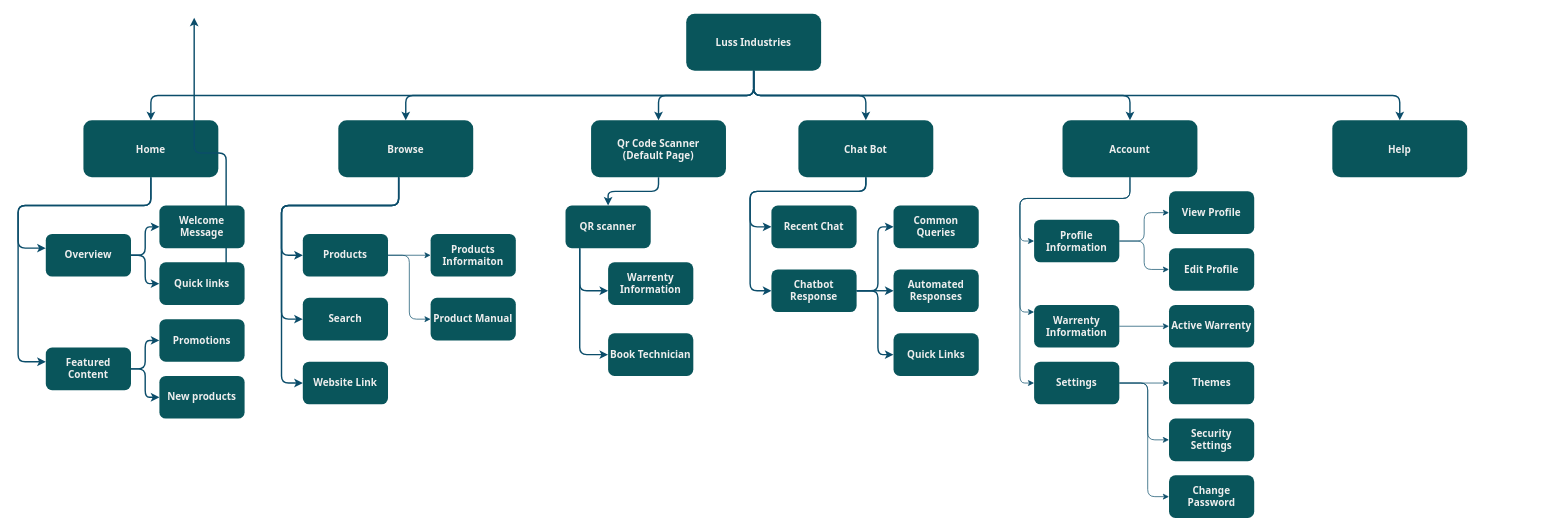
Above: Untitled Diagram.drawio in alishgosai/draw-io (draw.io), before the change. Source tidied: cells renumbered, new cells numbered last; positions are measured from the earlier drawing's top-left corner, leaving out a move shared by most shapes. Both pictures are drawn from the tidied source at 71%, with x=0, y=0 at pixel (18, 13).
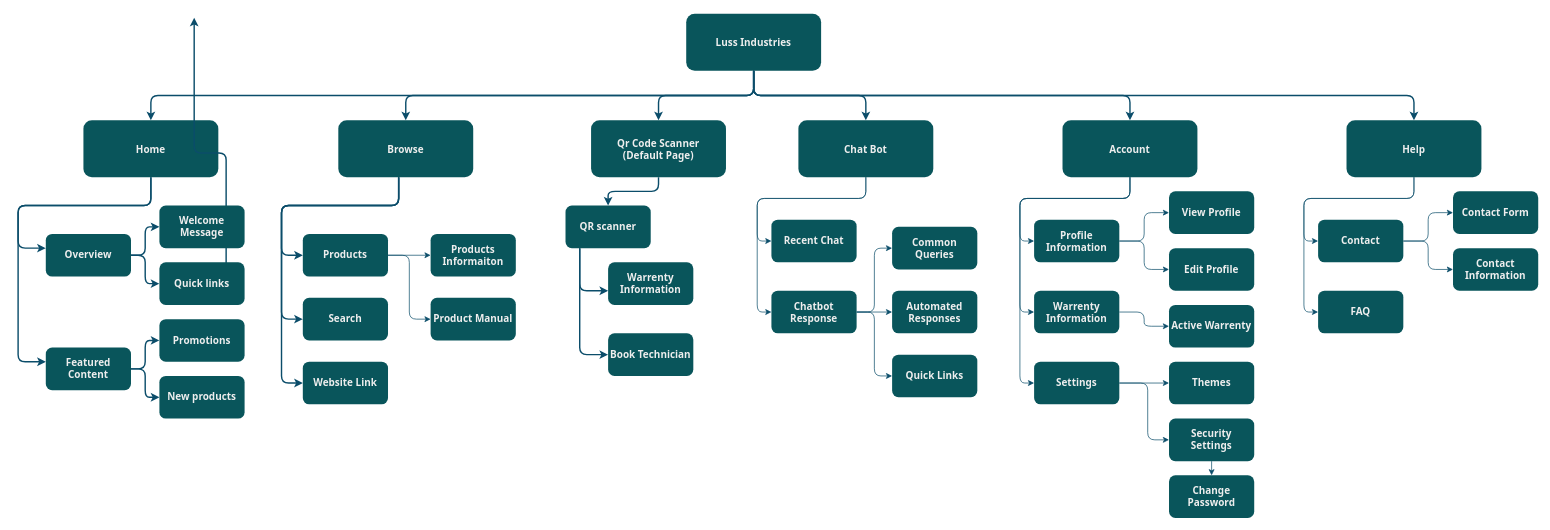
The same page after the edit.

Unchanged cells that the change refers to:
```xml
<mxCell id="24" value="Chat Bot" style="rounded=1;fillColor=#09555B;strokeColor=none;fontColor=#EEEEEE;fontStyle=1;fontFamily=Tahoma;fontSize=14;direction=west;flipH=0;labelBackgroundColor=none;strokeWidth=2;" parent="1" vertex="1">
  <mxGeometry x="1099" y="150" width="190" height="80" as="geometry" />
</mxCell>
<mxCell id="65" value="Settings" style="whiteSpace=wrap;html=1;fontSize=14;fontFamily=Tahoma;fillColor=#09555B;strokeColor=none;fontColor=#EEEEEE;rounded=1;fontStyle=1;labelBackgroundColor=none;strokeWidth=2;" parent="1" vertex="1">
  <mxGeometry x="1431" y="490" width="120" height="60" as="geometry" />
</mxCell>
<mxCell id="69" value="Security Settings" style="whiteSpace=wrap;html=1;fontSize=14;fontFamily=Tahoma;fillColor=#09555B;strokeColor=none;fontColor=#EEEEEE;rounded=1;fontStyle=1;labelBackgroundColor=none;strokeWidth=2;" parent="1" vertex="1">
  <mxGeometry x="1621" y="570" width="120" height="60" as="geometry" />
</mxCell>
<mxCell id="71" value="Change Password" style="whiteSpace=wrap;html=1;fontSize=14;fontFamily=Tahoma;fillColor=#09555B;strokeColor=none;fontColor=#EEEEEE;rounded=1;fontStyle=1;labelBackgroundColor=none;strokeWidth=2;" parent="1" vertex="1">
  <mxGeometry x="1621" y="650" width="120" height="60" as="geometry" />
</mxCell>
```

Change to the diagram source:
```diff
@@
+    <mxCell id="23" style="edgeStyle=orthogonalEdgeStyle;rounded=1;jettySize=auto;html=1;entryX=0;entryY=0.5;entryDx=0;entryDy=0;strokeColor=#0B4D6A;" parent="1" edge="1" source="24" target="51">
+      <mxGeometry relative="1" as="geometry">
+        <Array as="points">
+          <mxPoint x="1194" y="260" />
+          <mxPoint x="1041" y="260" />
+          <mxPoint x="1041" y="420" />
+        </Array>
+      </mxGeometry>
+    </mxCell>
-    <mxCell id="22" style="edgeStyle=orthogonalEdgeStyle;rounded=1;jettySize=auto;html=1;strokeColor=#0B4D6A;labelBackgroundColor=none;fontColor=default;strokeWidth=2;" parent="1" edge="1" source="24" target="47">
-      <mxGeometry relative="1" as="geometry">
-        <Array as="points">
-          <mxPoint x="1194" y="250" />
-          <mxPoint x="1031" y="250" />
-          <mxPoint x="1031" y="300" />
-        </Array>
-      </mxGeometry>
+    <mxCell id="22" style="edgeStyle=orthogonalEdgeStyle;rounded=1;jettySize=auto;html=1;entryX=0;entryY=0.5;entryDx=0;entryDy=0;strokeColor=#0B4D6A;" parent="1" edge="1" source="24" target="47">
+      <mxGeometry relative="1" as="geometry" />
     </mxCell>
-    <mxCell id="23" style="edgeStyle=orthogonalEdgeStyle;rounded=1;jettySize=auto;html=1;entryX=0;entryY=0.5;entryDx=0;entryDy=0;strokeColor=#0B4D6A;strokeWidth=2;" parent="1" edge="1" source="24" target="51">
-      <mxGeometry relative="1" as="geometry">
-        <Array as="points">
-          <mxPoint x="1194" y="250" />
-          <mxPoint x="1031" y="250" />
-          <mxPoint x="1031" y="390" />
-        </Array>
-      </mxGeometry>
-    </mxCell>
@@
+    <mxCell id="72" style="edgeStyle=orthogonalEdgeStyle;rounded=1;jettySize=auto;html=1;strokeColor=#0B4D6A;" parent="1" edge="1" source="25" target="77">
+      <mxGeometry relative="1" as="geometry">
+        <Array as="points">
+          <mxPoint x="1966" y="260" />
+          <mxPoint x="1811" y="260" />
+          <mxPoint x="1811" y="320" />
+        </Array>
+      </mxGeometry>
+    </mxCell>
+    <mxCell id="73" style="edgeStyle=orthogonalEdgeStyle;rounded=1;jettySize=auto;html=1;strokeColor=#0B4D6A;" parent="1" edge="1" source="25" target="78">
+      <mxGeometry relative="1" as="geometry">
+        <Array as="points">
+          <mxPoint x="1966" y="260" />
+          <mxPoint x="1811" y="260" />
+          <mxPoint x="1811" y="420" />
+        </Array>
+      </mxGeometry>
+    </mxCell>
     <mxCell id="25" value="Help" style="rounded=1;fillColor=#09555B;strokeColor=none;fontColor=#EEEEEE;fontStyle=1;fontFamily=Tahoma;fontSize=14;direction=west;flipH=0;labelBackgroundColor=none;strokeWidth=2;" parent="1" vertex="1">
-      <mxGeometry x="1851" y="150" width="190" height="80" as="geometry" />
+      <mxGeometry x="1871" y="150" width="190" height="80" as="geometry" />
     </mxCell>
@@
     <mxCell id="47" value="Recent Chat" style="whiteSpace=wrap;html=1;fontSize=14;fontFamily=Tahoma;fillColor=#09555B;strokeColor=none;fontColor=#EEEEEE;rounded=1;fontStyle=1;labelBackgroundColor=none;strokeWidth=2;" parent="1" vertex="1">
-      <mxGeometry x="1061" y="270" width="120" height="60" as="geometry" />
+      <mxGeometry x="1061" y="290" width="120" height="60" as="geometry" />
     </mxCell>
+    <mxCell id="49" style="edgeStyle=orthogonalEdgeStyle;rounded=1;jettySize=auto;html=1;strokeColor=#0B4D6A;" parent="1" edge="1" source="51" target="53">
+      <mxGeometry relative="1" as="geometry">
+        <Array as="points">
+          <mxPoint x="1231" y="420" />
+          <mxPoint x="1231" y="420" />
+        </Array>
+      </mxGeometry>
+    </mxCell>
-    <mxCell id="48" style="edgeStyle=orthogonalEdgeStyle;rounded=1;jettySize=auto;html=1;strokeColor=#0B4D6A;labelBackgroundColor=none;fontColor=default;strokeWidth=2;" parent="1" edge="1" source="51" target="52">
-      <mxGeometry relative="1" as="geometry">
-        <Array as="points">
-          <mxPoint x="1211" y="390" />
-          <mxPoint x="1211" y="300" />
-        </Array>
-      </mxGeometry>
+    <mxCell id="48" style="edgeStyle=orthogonalEdgeStyle;rounded=1;jettySize=auto;html=1;entryX=0;entryY=0.5;entryDx=0;entryDy=0;strokeColor=#0B4D6A;" parent="1" edge="1" source="51" target="52">
+      <mxGeometry relative="1" as="geometry" />
     </mxCell>
-    <mxCell id="49" style="edgeStyle=orthogonalEdgeStyle;rounded=1;jettySize=auto;html=1;strokeColor=#0B4D6A;labelBackgroundColor=none;fontColor=default;strokeWidth=2;" parent="1" edge="1" source="51" target="53">
-      <mxGeometry relative="1" as="geometry">
-        <Array as="points">
-          <mxPoint x="1201" y="390" />
-          <mxPoint x="1201" y="390" />
-        </Array>
-      </mxGeometry>
-    </mxCell>
-    <mxCell id="50" style="edgeStyle=orthogonalEdgeStyle;rounded=1;jettySize=auto;html=1;strokeColor=#0B4D6A;labelBackgroundColor=none;fontColor=default;strokeWidth=2;" parent="1" edge="1" source="51" target="54">
-      <mxGeometry relative="1" as="geometry">
-        <Array as="points">
-          <mxPoint x="1211" y="390" />
-          <mxPoint x="1211" y="480" />
-        </Array>
-      </mxGeometry>
+    <mxCell id="50" style="edgeStyle=orthogonalEdgeStyle;rounded=1;jettySize=auto;html=1;entryX=0;entryY=0.5;entryDx=0;entryDy=0;strokeColor=#0B4D6A;" parent="1" edge="1" source="51" target="54">
+      <mxGeometry relative="1" as="geometry" />
     </mxCell>
     <mxCell id="51" value="Chatbot Response" style="whiteSpace=wrap;html=1;fontSize=14;fontFamily=Tahoma;fillColor=#09555B;strokeColor=none;fontColor=#EEEEEE;rounded=1;fontStyle=1;labelBackgroundColor=none;strokeWidth=2;" parent="1" vertex="1">
-      <mxGeometry x="1061" y="360" width="120" height="60" as="geometry" />
+      <mxGeometry x="1061" y="390" width="120" height="60" as="geometry" />
     </mxCell>
     <mxCell id="52" value="Common Queries" style="whiteSpace=wrap;html=1;fontSize=14;fontFamily=Tahoma;fillColor=#09555B;strokeColor=none;fontColor=#EEEEEE;rounded=1;fontStyle=1;labelBackgroundColor=none;strokeWidth=2;" parent="1" vertex="1">
-      <mxGeometry x="1233" y="270" width="120" height="60" as="geometry" />
+      <mxGeometry x="1231" y="300" width="120" height="60" as="geometry" />
     </mxCell>
     <mxCell id="53" value="Automated Responses" style="whiteSpace=wrap;html=1;fontSize=14;fontFamily=Tahoma;fillColor=#09555B;strokeColor=none;fontColor=#EEEEEE;rounded=1;fontStyle=1;labelBackgroundColor=none;strokeWidth=2;" parent="1" vertex="1">
-      <mxGeometry x="1233" y="360" width="120" height="60" as="geometry" />
+      <mxGeometry x="1231" y="390" width="120" height="60" as="geometry" />
     </mxCell>
     <mxCell id="54" value="Quick Links" style="whiteSpace=wrap;html=1;fontSize=14;fontFamily=Tahoma;fillColor=#09555B;strokeColor=none;fontColor=#EEEEEE;rounded=1;fontStyle=1;labelBackgroundColor=none;strokeWidth=2;" parent="1" vertex="1">
-      <mxGeometry x="1233" y="450" width="120" height="60" as="geometry" />
+      <mxGeometry x="1231" y="480" width="120" height="60" as="geometry" />
     </mxCell>
@@
     <mxCell id="61" value="Warrenty Information" style="whiteSpace=wrap;html=1;fontSize=14;fontFamily=Tahoma;fillColor=#09555B;strokeColor=none;fontColor=#EEEEEE;rounded=1;fontStyle=1;labelBackgroundColor=none;strokeWidth=2;" parent="1" vertex="1">
-      <mxGeometry x="1431" y="410" width="120" height="60" as="geometry" />
+      <mxGeometry x="1431" y="390" width="120" height="60" as="geometry" />
     </mxCell>
@@
-    <mxCell id="64" style="edgeStyle=orthogonalEdgeStyle;rounded=1;jettySize=auto;html=1;strokeColor=#0B4D6A;" parent="1" edge="1" source="65" target="71">
-      <mxGeometry relative="1" as="geometry">
-        <Array as="points">
-          <mxPoint x="1591" y="520" />
-          <mxPoint x="1591" y="680" />
-        </Array>
-      </mxGeometry>
-    </mxCell>
@@
+    <mxCell id="74" style="edgeStyle=orthogonalEdgeStyle;rounded=1;jettySize=auto;html=1;exitX=0.5;exitY=1;exitDx=0;exitDy=0;entryX=0.5;entryY=0;entryDx=0;entryDy=0;strokeColor=#0B4D6A;" parent="1" edge="1" source="69" target="71">
+      <mxGeometry relative="1" as="geometry" />
+    </mxCell>
@@
+    <mxCell id="75" style="edgeStyle=orthogonalEdgeStyle;rounded=1;jettySize=auto;html=1;strokeColor=#0B4D6A;" parent="1" edge="1" source="77" target="79">
+      <mxGeometry relative="1" as="geometry" />
+    </mxCell>
+    <mxCell id="76" style="edgeStyle=orthogonalEdgeStyle;rounded=1;jettySize=auto;html=1;strokeColor=#0B4D6A;" parent="1" edge="1" source="77" target="80">
+      <mxGeometry relative="1" as="geometry" />
+    </mxCell>
+    <mxCell id="77" value="Contact" style="whiteSpace=wrap;html=1;fontSize=14;fontFamily=Tahoma;fillColor=#09555B;strokeColor=none;fontColor=#EEEEEE;rounded=1;fontStyle=1;labelBackgroundColor=none;strokeWidth=2;" parent="1" vertex="1">
+      <mxGeometry x="1831" y="290" width="120" height="60" as="geometry" />
+    </mxCell>
+    <mxCell id="78" value="FAQ" style="whiteSpace=wrap;html=1;fontSize=14;fontFamily=Tahoma;fillColor=#09555B;strokeColor=none;fontColor=#EEEEEE;rounded=1;fontStyle=1;labelBackgroundColor=none;strokeWidth=2;" parent="1" vertex="1">
+      <mxGeometry x="1831" y="390" width="120" height="60" as="geometry" />
+    </mxCell>
+    <mxCell id="79" value="Contact Form" style="whiteSpace=wrap;html=1;fontSize=14;fontFamily=Tahoma;fillColor=#09555B;strokeColor=none;fontColor=#EEEEEE;rounded=1;fontStyle=1;labelBackgroundColor=none;strokeWidth=2;" parent="1" vertex="1">
+      <mxGeometry x="2021" y="250" width="120" height="60" as="geometry" />
+    </mxCell>
+    <mxCell id="80" value="Contact Information" style="whiteSpace=wrap;html=1;fontSize=14;fontFamily=Tahoma;fillColor=#09555B;strokeColor=none;fontColor=#EEEEEE;rounded=1;fontStyle=1;labelBackgroundColor=none;strokeWidth=2;" parent="1" vertex="1">
+      <mxGeometry x="2021" y="330" width="120" height="60" as="geometry" />
+    </mxCell>
```
